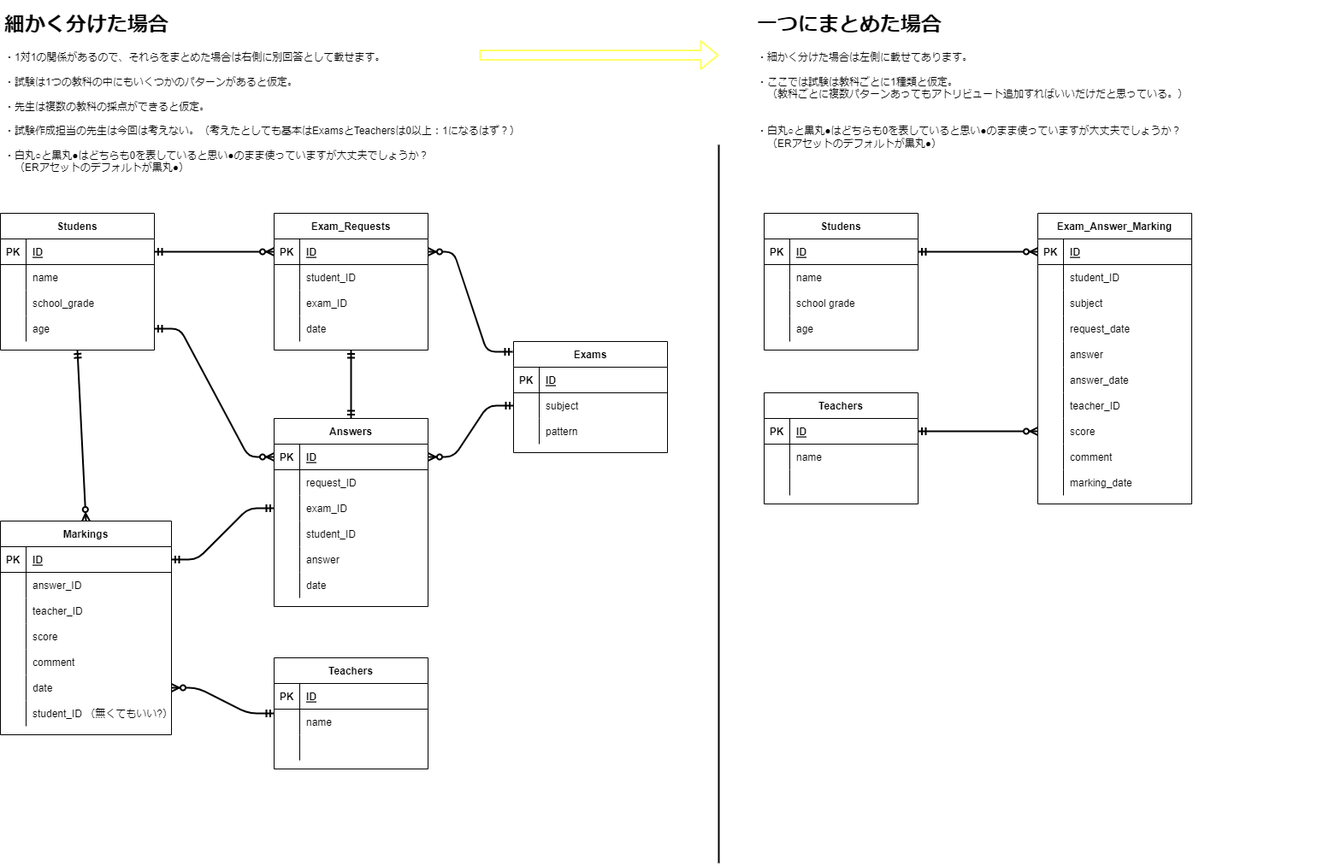
Koach-jp/20220516kochi keeps this draw.io diagram as 20220516kochi.drawio.png. Above is the earlier version. Source tidied: cells renumbered, new cells last; positions are measured from the earlier drawing's top-left corner, leaving out a move shared by most shapes.
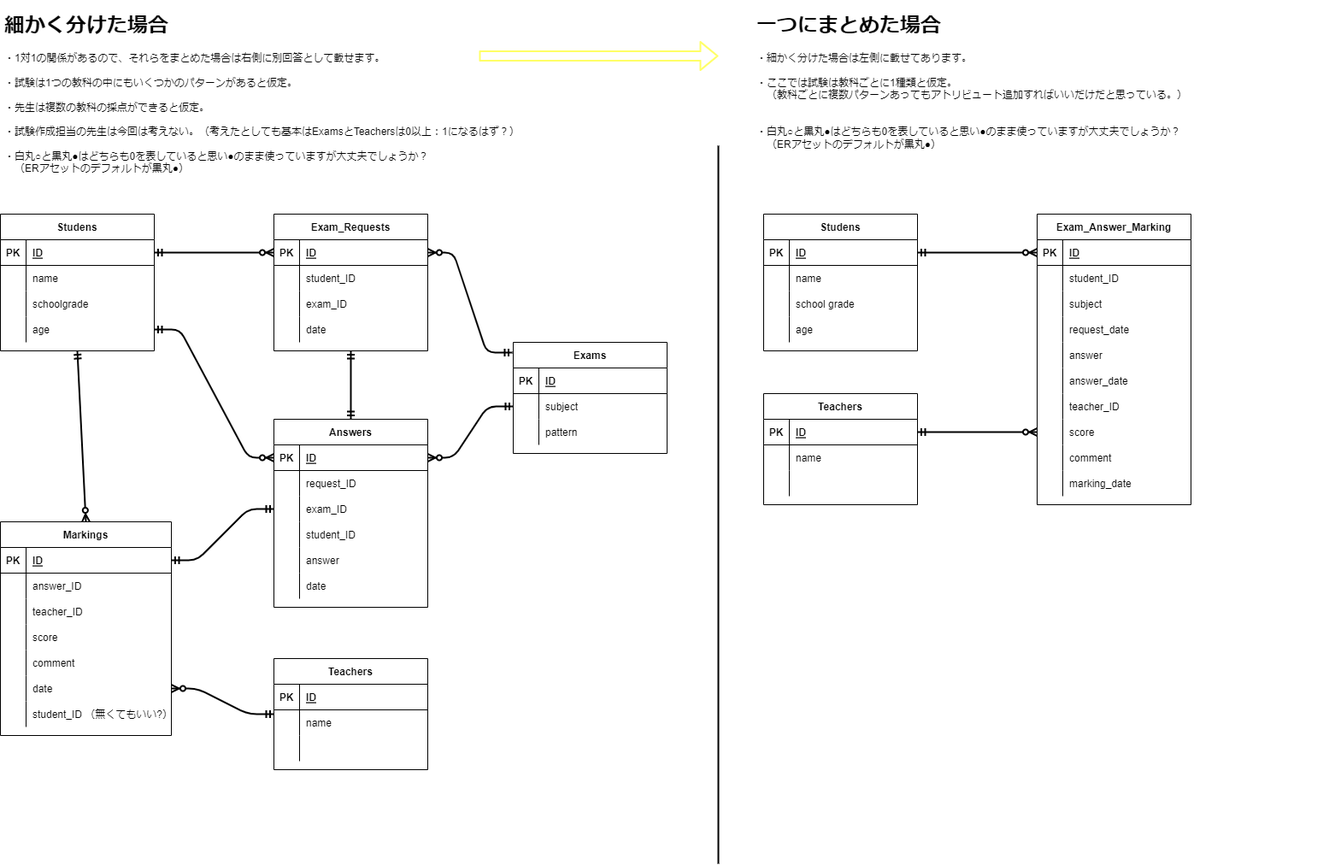
Later version of the same file.

What changed in the source:
```diff
@@ -29,7 +29,7 @@
     <mxCell id="10" style="shape=partialRectangle;fillColor=none;top=0;left=0;bottom=0;right=0;overflow=hidden;" parent="9" vertex="1">
       <mxGeometry width="30" height="30" as="geometry" />
     </mxCell>
-    <mxCell id="11" value="school_grade" style="shape=partialRectangle;fillColor=none;top=0;left=0;bottom=0;right=0;align=left;spacingLeft=6;overflow=hidden;" parent="9" vertex="1">
+    <mxCell id="11" value="schoolgrade" style="shape=partialRectangle;fillColor=none;top=0;left=0;bottom=0;right=0;align=left;spacingLeft=6;overflow=hidden;" parent="9" vertex="1">
       <mxGeometry x="30" width="150" height="30" as="geometry" />
     </mxCell>
     <mxCell id="12" style="shape=partialRectangle;fillColor=none;top=0;left=0;bottom=0;right=0;points=[[0,0.5],[1,0.5]];portConstraint=eastwest;" parent="2" vertex="1">
```
